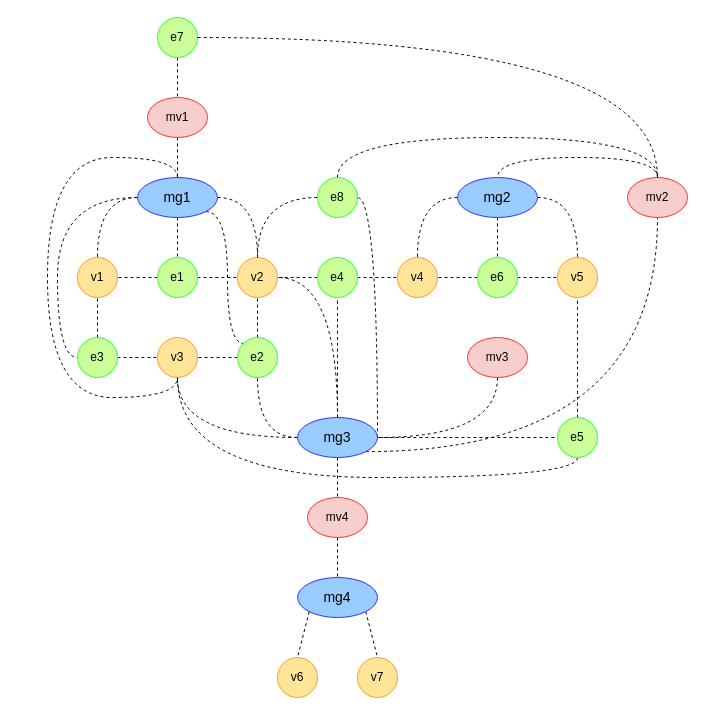
DMfananddu/MAG_Diploma keeps this draw.io diagram as page "Flatten graph" (4 of 4) of FlattedMG_Simple.drawio. Above is the earlier version. Source tidied: cells renumbered, new cells numbered last; positions are measured from the earlier drawing's top-left corner, leaving out a move shared by most shapes. Both pictures are drawn from the tidied source at 100%, with x=0, y=0 at pixel (47, 17).
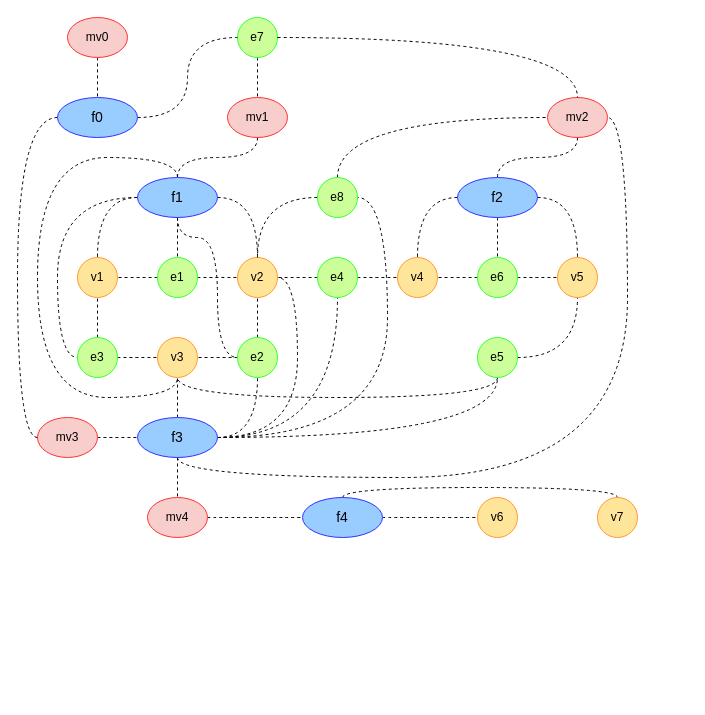
The same diagram, later.

The change refers to these unchanged cells:
```xml
<mxCell id="34" value="v2" style="ellipse;whiteSpace=wrap;html=1;fillColor=#FFE599;strokeColor=#FF9933;" parent="1" vertex="1">
  <mxGeometry x="190" y="240" width="40" height="40" as="geometry" />
</mxCell>
<mxCell id="35" value="v3" style="ellipse;whiteSpace=wrap;html=1;fillColor=#FFE599;strokeColor=#FF9933;" parent="1" vertex="1">
  <mxGeometry x="110" y="320" width="40" height="40" as="geometry" />
</mxCell>
<mxCell id="43" value="e2" style="ellipse;whiteSpace=wrap;html=1;fillColor=#CCFF99;strokeColor=#33FF33;" parent="1" vertex="1">
  <mxGeometry x="190" y="320" width="40" height="40" as="geometry" />
</mxCell>
<mxCell id="45" value="v5" style="ellipse;whiteSpace=wrap;html=1;fillColor=#FFE599;strokeColor=#FF9933;" parent="1" vertex="1">
  <mxGeometry x="510" y="240" width="40" height="40" as="geometry" />
</mxCell>
<mxCell id="53" value="e8" style="ellipse;whiteSpace=wrap;html=1;fillColor=#CCFF99;strokeColor=#33FF33;" parent="1" vertex="1">
  <mxGeometry x="270" y="160" width="40" height="40" as="geometry" />
</mxCell>
<mxCell id="56" value="e4" style="ellipse;whiteSpace=wrap;html=1;fillColor=#CCFF99;strokeColor=#33FF33;" parent="1" vertex="1">
  <mxGeometry x="270" y="240" width="40" height="40" as="geometry" />
</mxCell>
```

The edit, as a diff of the source:
```diff
@@
-    <mxCell id="2" style="edgeStyle=orthogonalEdgeStyle;rounded=0;jumpStyle=arc;jettySize=auto;html=1;exitX=0.5;exitY=0;exitDx=0;exitDy=0;entryX=0.5;entryY=1;entryDx=0;entryDy=0;endArrow=none;endFill=0;dashed=1;curved=1;" parent="1" edge="1" source="58" target="45">
+    <mxCell id="2" style="edgeStyle=orthogonalEdgeStyle;rounded=0;jumpStyle=arc;jettySize=auto;html=1;exitX=1;exitY=0.5;exitDx=0;exitDy=0;entryX=0.5;entryY=1;entryDx=0;entryDy=0;endArrow=none;endFill=0;dashed=1;curved=1;" parent="1" edge="1" source="58" target="45">
       <mxGeometry relative="1" as="geometry" />
     </mxCell>
@@
-    <mxCell id="4" style="edgeStyle=orthogonalEdgeStyle;rounded=0;jettySize=auto;html=1;entryX=0;entryY=0;entryDx=0;entryDy=0;jumpStyle=arc;exitX=1;exitY=1;exitDx=0;exitDy=0;endArrow=none;endFill=0;dashed=1;curved=1;strokeColor=default;shadow=0;sketch=0;" parent="1" edge="1" source="60" target="43">
+    <mxCell id="4" style="edgeStyle=orthogonalEdgeStyle;rounded=0;jettySize=auto;html=1;entryX=0;entryY=0.5;entryDx=0;entryDy=0;jumpStyle=arc;exitX=0.5;exitY=1;exitDx=0;exitDy=0;endArrow=none;endFill=0;dashed=1;curved=1;strokeColor=default;shadow=0;sketch=0;" parent="1" edge="1" source="60" target="43">
       <mxGeometry relative="1" as="geometry">
         <Array as="points">
-          <mxPoint x="180" y="194" />
-          <mxPoint x="180" y="326" />
+          <mxPoint x="130" y="220" />
+          <mxPoint x="170" y="220" />
+          <mxPoint x="170" y="340" />
         </Array>
       </mxGeometry>
     </mxCell>
@@
     <mxCell id="6" style="edgeStyle=orthogonalEdgeStyle;rounded=0;jumpStyle=arc;jettySize=auto;html=1;entryX=0.5;entryY=1;entryDx=0;entryDy=0;exitX=0.5;exitY=0;exitDx=0;exitDy=0;endArrow=none;endFill=0;dashed=1;curved=1;" parent="1" edge="1" source="60" target="35">
       <mxGeometry relative="1" as="geometry">
         <Array as="points">
           <mxPoint x="130" y="140" />
-          <mxPoint y="140" />
-          <mxPoint y="380" />
+          <mxPoint x="-10" y="140" />
+          <mxPoint x="-10" y="380" />
           <mxPoint x="130" y="380" />
         </Array>
       </mxGeometry>
     </mxCell>
-    <mxCell id="7" style="edgeStyle=orthogonalEdgeStyle;rounded=0;jumpStyle=arc;jettySize=auto;html=1;exitX=0.5;exitY=0;exitDx=0;exitDy=0;entryX=1;entryY=0.5;entryDx=0;entryDy=0;endArrow=none;endFill=0;dashed=1;curved=1;" parent="1" edge="1" source="61" target="34">
+    <mxCell id="7" style="edgeStyle=orthogonalEdgeStyle;rounded=0;jumpStyle=arc;jettySize=auto;html=1;exitX=1;exitY=0.5;exitDx=0;exitDy=0;entryX=1;entryY=0.5;entryDx=0;entryDy=0;endArrow=none;endFill=0;dashed=1;curved=1;" parent="1" edge="1" source="61" target="34">
       <mxGeometry relative="1" as="geometry">
         <Array as="points">
-          <mxPoint x="290" y="260" />
+          <mxPoint x="250" y="420" />
+          <mxPoint x="250" y="260" />
         </Array>
       </mxGeometry>
     </mxCell>
@@
     <mxCell id="11" value="e7" style="ellipse;whiteSpace=wrap;html=1;fillColor=#CCFF99;strokeColor=#33FF33;" parent="1" vertex="1">
-      <mxGeometry x="110" width="40" height="40" as="geometry" />
+      <mxGeometry x="190" width="40" height="40" as="geometry" />
     </mxCell>
-    <mxCell id="12" style="edgeStyle=none;rounded=0;jumpStyle=arc;jettySize=auto;html=1;exitX=0;exitY=1;exitDx=0;exitDy=0;entryX=0.5;entryY=0;entryDx=0;entryDy=0;endArrow=none;endFill=0;dashed=1;" parent="1" edge="1" source="62" target="46">
+    <mxCell id="12" style="edgeStyle=orthogonalEdgeStyle;rounded=0;jumpStyle=arc;jettySize=auto;html=1;exitX=1;exitY=0.5;exitDx=0;exitDy=0;entryX=0;entryY=0.5;entryDx=0;entryDy=0;endArrow=none;endFill=0;dashed=1;curved=1;" parent="1" edge="1" source="62" target="46">
       <mxGeometry relative="1" as="geometry" />
     </mxCell>
-    <mxCell id="13" style="edgeStyle=none;rounded=0;jumpStyle=arc;jettySize=auto;html=1;exitX=1;exitY=1;exitDx=0;exitDy=0;entryX=0.5;entryY=0;entryDx=0;entryDy=0;endArrow=none;endFill=0;dashed=1;" parent="1" edge="1" source="62" target="47">
-      <mxGeometry relative="1" as="geometry" />
+    <mxCell id="13" style="edgeStyle=orthogonalEdgeStyle;rounded=0;jumpStyle=arc;jettySize=auto;html=1;exitX=0.5;exitY=0;exitDx=0;exitDy=0;entryX=0.5;entryY=0;entryDx=0;entryDy=0;endArrow=none;endFill=0;dashed=1;curved=1;" parent="1" edge="1" source="62" target="47">
+      <mxGeometry relative="1" as="geometry">
+        <Array as="points">
+          <mxPoint x="295" y="470" />
+          <mxPoint x="570" y="470" />
+        </Array>
+      </mxGeometry>
     </mxCell>
-    <mxCell id="14" style="edgeStyle=none;rounded=0;jettySize=auto;html=1;exitX=0.5;exitY=1;exitDx=0;exitDy=0;entryX=0.5;entryY=0;entryDx=0;entryDy=0;fontSize=14;strokeColor=#000000;strokeWidth=1;endArrow=none;endFill=0;dashed=1;" parent="1" edge="1" source="15" target="62">
+    <mxCell id="14" style="edgeStyle=orthogonalEdgeStyle;rounded=0;jettySize=auto;html=1;exitX=1;exitY=0.5;exitDx=0;exitDy=0;entryX=0;entryY=0.5;entryDx=0;entryDy=0;fontSize=14;strokeColor=#000000;strokeWidth=1;endArrow=none;endFill=0;dashed=1;curved=1;" parent="1" edge="1" source="15" target="62">
       <mxGeometry relative="1" as="geometry" />
     </mxCell>
     <mxCell id="15" value="mv4" style="ellipse;whiteSpace=wrap;html=1;fillColor=#F8CECC;strokeColor=#FF3333;" parent="1" vertex="1">
-      <mxGeometry x="260" y="480" width="60" height="40" as="geometry" />
+      <mxGeometry x="100" y="480" width="60" height="40" as="geometry" />
     </mxCell>
-    <mxCell id="16" style="edgeStyle=orthogonalEdgeStyle;rounded=0;jumpStyle=arc;jettySize=auto;html=1;exitX=0;exitY=0.5;exitDx=0;exitDy=0;entryX=0.5;entryY=1;entryDx=0;entryDy=0;endArrow=none;endFill=0;dashed=1;curved=1;" parent="1" edge="1" source="61" target="43">
+    <mxCell id="16" style="edgeStyle=orthogonalEdgeStyle;rounded=0;jumpStyle=arc;jettySize=auto;html=1;exitX=1;exitY=0.5;exitDx=0;exitDy=0;entryX=0.5;entryY=1;entryDx=0;entryDy=0;endArrow=none;endFill=0;dashed=1;curved=1;" parent="1" edge="1" source="61" target="43">
       <mxGeometry relative="1" as="geometry" />
     </mxCell>
     <mxCell id="17" style="edgeStyle=orthogonalEdgeStyle;rounded=0;jumpStyle=arc;jettySize=auto;html=1;exitX=1;exitY=0.5;exitDx=0;exitDy=0;entryX=1;entryY=0.5;entryDx=0;entryDy=0;endArrow=none;endFill=0;dashed=1;curved=1;" parent="1" edge="1" source="61" target="53">
       <mxGeometry relative="1" as="geometry">
         <Array as="points">
-          <mxPoint x="330" y="180" />
+          <mxPoint x="340" y="420" />
+          <mxPoint x="340" y="180" />
         </Array>
       </mxGeometry>
     </mxCell>
-    <mxCell id="18" style="edgeStyle=orthogonalEdgeStyle;rounded=0;jumpStyle=arc;jettySize=auto;html=1;exitX=0.5;exitY=0;exitDx=0;exitDy=0;entryX=0.5;entryY=1;entryDx=0;entryDy=0;endArrow=none;endFill=0;dashed=1;curved=1;" parent="1" edge="1" source="61" target="56">
+    <mxCell id="18" style="edgeStyle=orthogonalEdgeStyle;rounded=0;jumpStyle=arc;jettySize=auto;html=1;exitX=1;exitY=0.5;exitDx=0;exitDy=0;entryX=0.5;entryY=1;entryDx=0;entryDy=0;endArrow=none;endFill=0;dashed=1;curved=1;" parent="1" edge="1" source="61" target="56">
       <mxGeometry relative="1" as="geometry" />
     </mxCell>
-    <mxCell id="19" style="edgeStyle=orthogonalEdgeStyle;rounded=0;jumpStyle=arc;jettySize=auto;html=1;exitX=1;exitY=0.5;exitDx=0;exitDy=0;entryX=0;entryY=0.5;entryDx=0;entryDy=0;endArrow=none;endFill=0;dashed=1;curved=1;" parent="1" edge="1" source="61" target="58">
+    <mxCell id="19" style="edgeStyle=orthogonalEdgeStyle;rounded=0;jumpStyle=arc;jettySize=auto;html=1;exitX=1;exitY=0.5;exitDx=0;exitDy=0;entryX=0.5;entryY=1;entryDx=0;entryDy=0;endArrow=none;endFill=0;dashed=1;curved=1;" parent="1" edge="1" source="61" target="58">
       <mxGeometry relative="1" as="geometry" />
     </mxCell>
-    <mxCell id="20" style="edgeStyle=none;rounded=0;jumpStyle=arc;jettySize=auto;html=1;exitX=0.5;exitY=1;exitDx=0;exitDy=0;entryX=0.5;entryY=0;entryDx=0;entryDy=0;strokeWidth=1;strokeColor=#000000;endArrow=none;endFill=0;dashed=1;startArrow=none;" parent="1" edge="1" source="61" target="15">
+    <mxCell id="20" style="edgeStyle=orthogonalEdgeStyle;rounded=0;jumpStyle=arc;jettySize=auto;html=1;exitX=0.5;exitY=1;exitDx=0;exitDy=0;entryX=0.5;entryY=0;entryDx=0;entryDy=0;strokeWidth=1;strokeColor=#000000;endArrow=none;endFill=0;dashed=1;startArrow=none;curved=1;" parent="1" edge="1" source="61" target="15">
       <mxGeometry relative="1" as="geometry" />
     </mxCell>
-    <mxCell id="21" style="edgeStyle=orthogonalEdgeStyle;rounded=0;jumpStyle=arc;jettySize=auto;html=1;exitX=0;exitY=0.5;exitDx=0;exitDy=0;entryX=0.5;entryY=1;entryDx=0;entryDy=0;endArrow=none;endFill=0;dashed=1;curved=1;" parent="1" edge="1" source="61" target="35">
+    <mxCell id="21" style="edgeStyle=orthogonalEdgeStyle;rounded=0;jumpStyle=arc;jettySize=auto;html=1;exitX=0.5;exitY=0;exitDx=0;exitDy=0;entryX=0.5;entryY=1;entryDx=0;entryDy=0;endArrow=none;endFill=0;dashed=1;curved=1;" parent="1" edge="1" source="61" target="35">
       <mxGeometry relative="1" as="geometry" />
     </mxCell>
-    <mxCell id="22" style="edgeStyle=orthogonalEdgeStyle;rounded=0;jumpStyle=arc;jettySize=auto;html=1;exitX=1;exitY=1;exitDx=0;exitDy=0;entryX=0.5;entryY=1;entryDx=0;entryDy=0;strokeColor=#000000;strokeWidth=1;endArrow=none;endFill=0;dashed=1;curved=1;" parent="1" edge="1" source="61" target="28">
+    <mxCell id="22" style="edgeStyle=orthogonalEdgeStyle;rounded=0;jumpStyle=arc;jettySize=auto;html=1;exitX=0.5;exitY=1;exitDx=0;exitDy=0;entryX=1;entryY=0.5;entryDx=0;entryDy=0;strokeColor=#000000;strokeWidth=1;endArrow=none;endFill=0;dashed=1;curved=1;" parent="1" edge="1" source="61" target="28">
       <mxGeometry relative="1" as="geometry" />
     </mxCell>
-    <mxCell id="23" style="edgeStyle=orthogonalEdgeStyle;rounded=0;jettySize=auto;html=1;exitX=0.5;exitY=1;exitDx=0;exitDy=0;entryX=1;entryY=0.5;entryDx=0;entryDy=0;fontSize=14;strokeColor=#000000;strokeWidth=1;endArrow=none;endFill=0;dashed=1;curved=1;" parent="1" edge="1" source="24" target="61">
+    <mxCell id="23" style="edgeStyle=orthogonalEdgeStyle;rounded=0;jettySize=auto;html=1;exitX=1;exitY=0.5;exitDx=0;exitDy=0;entryX=0;entryY=0.5;entryDx=0;entryDy=0;fontSize=14;strokeColor=#000000;strokeWidth=1;endArrow=none;endFill=0;dashed=1;curved=1;" parent="1" edge="1" source="24" target="61">
       <mxGeometry relative="1" as="geometry" />
     </mxCell>
     <mxCell id="24" value="mv3" style="ellipse;whiteSpace=wrap;html=1;fillColor=#F8CECC;strokeColor=#FF3333;" parent="1" vertex="1">
-      <mxGeometry x="420" y="320" width="60" height="40" as="geometry" />
+      <mxGeometry x="-10" y="400" width="60" height="40" as="geometry" />
     </mxCell>
@@
-    <mxCell id="27" style="edgeStyle=orthogonalEdgeStyle;rounded=0;jettySize=auto;html=1;exitX=0.5;exitY=0;exitDx=0;exitDy=0;entryX=0.5;entryY=0;entryDx=0;entryDy=0;fontSize=14;strokeColor=#000000;strokeWidth=1;dashed=1;endArrow=none;endFill=0;curved=1;" parent="1" edge="1" source="28" target="63">
+    <mxCell id="27" style="edgeStyle=orthogonalEdgeStyle;rounded=0;jettySize=auto;html=1;exitX=0.5;exitY=1;exitDx=0;exitDy=0;entryX=0.5;entryY=0;entryDx=0;entryDy=0;fontSize=14;strokeColor=#000000;strokeWidth=1;dashed=1;endArrow=none;endFill=0;curved=1;" parent="1" edge="1" source="28" target="63">
       <mxGeometry relative="1" as="geometry" />
     </mxCell>
     <mxCell id="28" value="mv2" style="ellipse;whiteSpace=wrap;html=1;fillColor=#F8CECC;strokeColor=#FF3333;" parent="1" vertex="1">
-      <mxGeometry x="580" y="160" width="60" height="40" as="geometry" />
+      <mxGeometry x="500" y="80" width="60" height="40" as="geometry" />
     </mxCell>
@@
     <mxCell id="33" value="mv1" style="ellipse;whiteSpace=wrap;html=1;fillColor=#F8CECC;strokeColor=#FF3333;" parent="1" vertex="1">
-      <mxGeometry x="100" y="80" width="60" height="40" as="geometry" />
+      <mxGeometry x="180" y="80" width="60" height="40" as="geometry" />
     </mxCell>
@@
     <mxCell id="46" value="v6" style="ellipse;whiteSpace=wrap;html=1;fillColor=#FFE599;strokeColor=#FF9933;" parent="1" vertex="1">
-      <mxGeometry x="230" y="640" width="40" height="40" as="geometry" />
+      <mxGeometry x="430" y="480" width="40" height="40" as="geometry" />
     </mxCell>
     <mxCell id="47" value="v7" style="ellipse;whiteSpace=wrap;html=1;fillColor=#FFE599;strokeColor=#FF9933;" parent="1" vertex="1">
-      <mxGeometry x="310" y="640" width="40" height="40" as="geometry" />
+      <mxGeometry x="550" y="480" width="40" height="40" as="geometry" />
     </mxCell>
@@
-    <mxCell id="52" style="edgeStyle=orthogonalEdgeStyle;rounded=0;jumpStyle=arc;jettySize=auto;html=1;exitX=0.5;exitY=0;exitDx=0;exitDy=0;entryX=0.5;entryY=0;entryDx=0;entryDy=0;endArrow=none;endFill=0;dashed=1;curved=1;" parent="1" edge="1" source="53" target="28">
+    <mxCell id="52" style="edgeStyle=orthogonalEdgeStyle;rounded=0;jumpStyle=arc;jettySize=auto;html=1;exitX=0.5;exitY=0;exitDx=0;exitDy=0;entryX=0;entryY=0.5;entryDx=0;entryDy=0;endArrow=none;endFill=0;dashed=1;curved=1;" parent="1" edge="1" source="53" target="28">
       <mxGeometry relative="1" as="geometry">
         <Array as="points">
-          <mxPoint x="290" y="120" />
-          <mxPoint x="610" y="120" />
+          <mxPoint x="290" y="100" />
         </Array>
       </mxGeometry>
     </mxCell>
@@
     <mxCell id="58" value="e5" style="ellipse;whiteSpace=wrap;html=1;fillColor=#CCFF99;strokeColor=#33FF33;" parent="1" vertex="1">
-      <mxGeometry x="510" y="400" width="40" height="40" as="geometry" />
+      <mxGeometry x="430" y="320" width="40" height="40" as="geometry" />
     </mxCell>
@@
-    <mxCell id="60" value="mg1" style="ellipse;whiteSpace=wrap;html=1;fontSize=14;strokeColor=#3333FF;fillColor=#99CCFF;" parent="1" vertex="1">
+    <mxCell id="60" value="f1" style="ellipse;whiteSpace=wrap;html=1;fontSize=14;strokeColor=#3333FF;fillColor=#99CCFF;" parent="1" vertex="1">
       <mxGeometry x="90" y="160" width="80" height="40" as="geometry" />
     </mxCell>
-    <mxCell id="61" value="mg3" style="ellipse;whiteSpace=wrap;html=1;fontSize=14;strokeColor=#3333FF;fillColor=#99CCFF;" parent="1" vertex="1">
-      <mxGeometry x="250" y="400" width="80" height="40" as="geometry" />
+    <mxCell id="61" value="f3" style="ellipse;whiteSpace=wrap;html=1;fontSize=14;strokeColor=#3333FF;fillColor=#99CCFF;" parent="1" vertex="1">
+      <mxGeometry x="90" y="400" width="80" height="40" as="geometry" />
     </mxCell>
-    <mxCell id="62" value="mg4" style="ellipse;whiteSpace=wrap;html=1;fontSize=14;strokeColor=#3333FF;fillColor=#99CCFF;" parent="1" vertex="1">
-      <mxGeometry x="250" y="560" width="80" height="40" as="geometry" />
+    <mxCell id="62" value="f4" style="ellipse;whiteSpace=wrap;html=1;fontSize=14;strokeColor=#3333FF;fillColor=#99CCFF;" parent="1" vertex="1">
+      <mxGeometry x="255" y="480" width="80" height="40" as="geometry" />
     </mxCell>
-    <mxCell id="63" value="mg2" style="ellipse;whiteSpace=wrap;html=1;fontSize=14;strokeColor=#3333FF;fillColor=#99CCFF;" parent="1" vertex="1">
+    <mxCell id="63" value="f2" style="ellipse;whiteSpace=wrap;html=1;fontSize=14;strokeColor=#3333FF;fillColor=#99CCFF;" parent="1" vertex="1">
       <mxGeometry x="410" y="160" width="80" height="40" as="geometry" />
     </mxCell>
+    <mxCell id="64" style="edgeStyle=orthogonalEdgeStyle;curved=1;rounded=0;sketch=0;jettySize=auto;html=1;exitX=0;exitY=0.5;exitDx=0;exitDy=0;entryX=0;entryY=0.5;entryDx=0;entryDy=0;shadow=0;dashed=1;endArrow=none;endFill=0;strokeColor=default;" parent="1" edge="1" source="66" target="24">
+      <mxGeometry relative="1" as="geometry" />
+    </mxCell>
+    <mxCell id="65" style="edgeStyle=orthogonalEdgeStyle;curved=1;rounded=0;sketch=0;jettySize=auto;html=1;exitX=1;exitY=0.5;exitDx=0;exitDy=0;entryX=0;entryY=0.5;entryDx=0;entryDy=0;shadow=0;dashed=1;endArrow=none;endFill=0;strokeColor=default;" parent="1" edge="1" source="66" target="11">
+      <mxGeometry relative="1" as="geometry" />
+    </mxCell>
+    <mxCell id="66" value="f0" style="ellipse;whiteSpace=wrap;html=1;fontSize=14;strokeColor=#3333FF;fillColor=#99CCFF;" parent="1" vertex="1">
+      <mxGeometry x="10" y="80" width="80" height="40" as="geometry" />
+    </mxCell>
+    <mxCell id="67" style="edgeStyle=orthogonalEdgeStyle;curved=1;rounded=0;sketch=0;jettySize=auto;html=1;exitX=0.5;exitY=1;exitDx=0;exitDy=0;entryX=0.5;entryY=0;entryDx=0;entryDy=0;shadow=0;dashed=1;endArrow=none;endFill=0;strokeColor=default;" parent="1" edge="1" source="68" target="66">
+      <mxGeometry relative="1" as="geometry" />
+    </mxCell>
+    <mxCell id="68" value="mv0" style="ellipse;whiteSpace=wrap;html=1;fillColor=#F8CECC;strokeColor=#FF3333;" parent="1" vertex="1">
+      <mxGeometry x="20" width="60" height="40" as="geometry" />
+    </mxCell>
```
